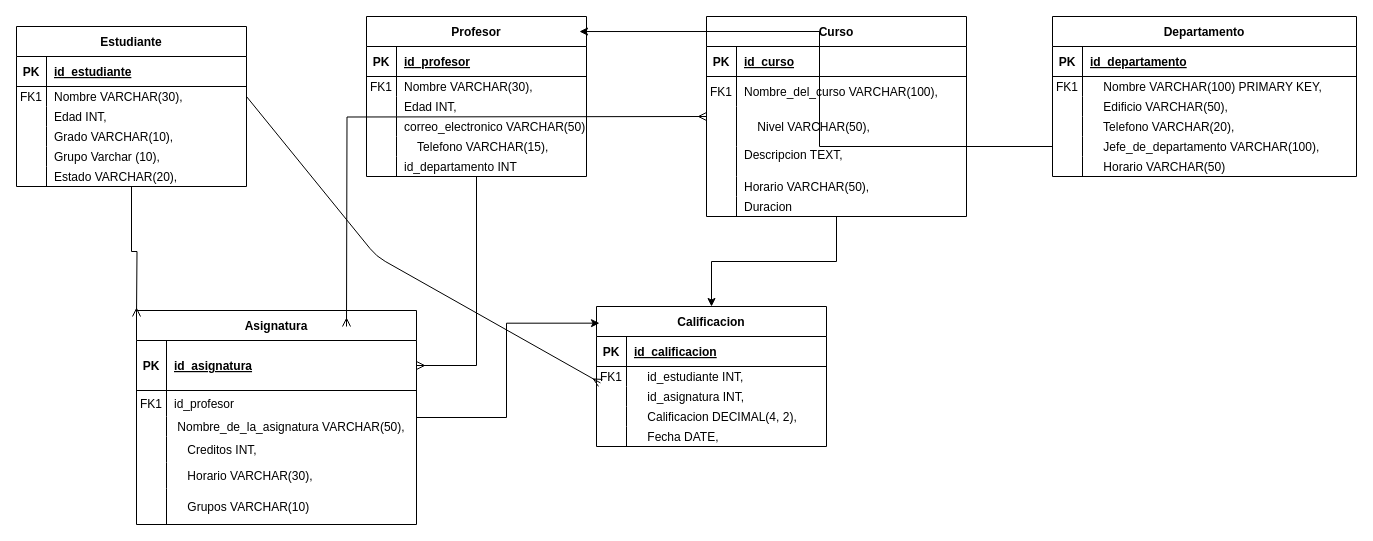
This is Diagrama/Examen3.drawio from JAntonioCoder/fbd-Juan-Antonio, a draw.io file, before an edit. Source tidied: cells renumbered, new cells numbered last; positions are measured from the earlier drawing's top-left corner, leaving out a move shared by most shapes. Both pictures are drawn from the tidied source at 100%, with x=0, y=0 at pixel (16, 16).
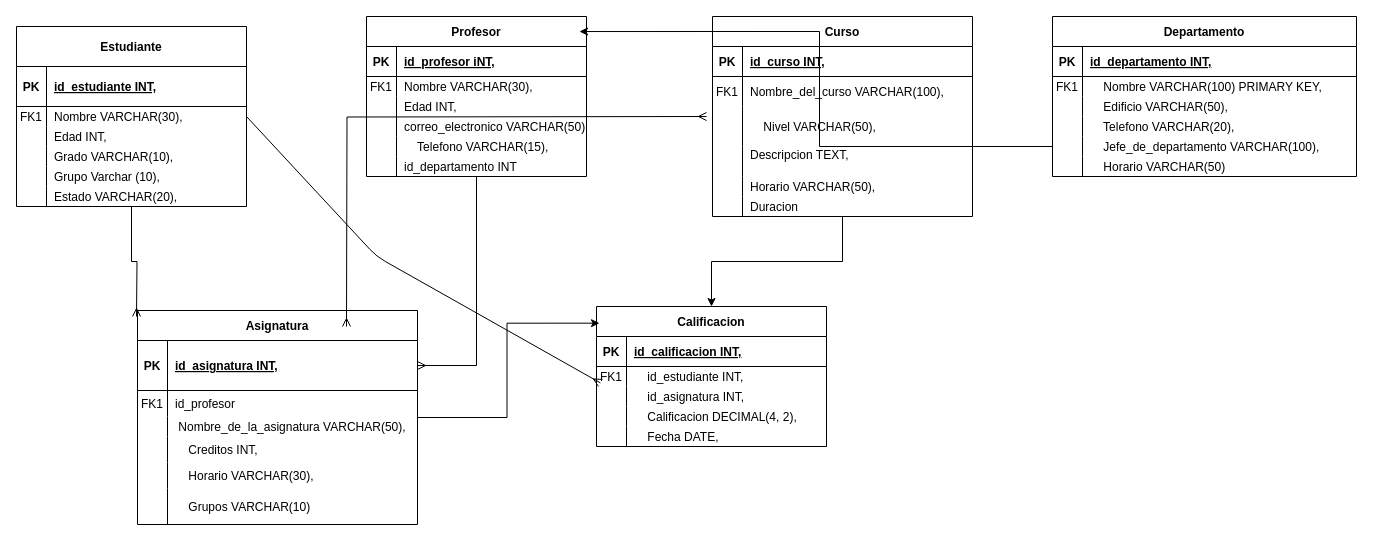
The same diagram, later.

Commit message:
Actualizacion Examen Unidad 3

Unchanged cells that the change refers to:
```xml
<mxCell id="23" style="shape=partialRectangle;fillColor=none;top=0;left=0;right=0;bottom=1;" parent="22" vertex="1">
  <mxGeometry y="30" width="220" height="30" as="geometry" />
</mxCell>
<mxCell id="43" style="shape=partialRectangle;fillColor=none;top=0;left=0;right=0;bottom=1;" parent="42" vertex="1">
  <mxGeometry y="30" width="260" height="30" as="geometry" />
</mxCell>
<mxCell id="62" style="shape=partialRectangle;fillColor=none;points=[[0,0.5],[1,0.5]];portConstraint=eastwest;top=0;left=0;right=0;bottom=1;" parent="61" vertex="1">
  <mxGeometry y="30" width="280" height="50" as="geometry" />
</mxCell>
<mxCell id="81" style="shape=partialRectangle;fillColor=none;top=0;left=0;right=0;bottom=1;" parent="80" vertex="1">
  <mxGeometry y="30" width="230" height="30" as="geometry" />
</mxCell>
<mxCell id="97" style="shape=partialRectangle;fillColor=none;top=0;left=0;right=0;bottom=1;" parent="96" vertex="1">
  <mxGeometry y="30" width="304" height="30" as="geometry" />
</mxCell>
```

The edit, as a diff of the source:
```diff
@@
-    <mxCell id="2" value="Estudiante" style="shape=table;startSize=30;childLayout=tableLayout;rowLines=0;fontStyle=1;align=center;" parent="1" vertex="1">
-      <mxGeometry y="10" width="230" height="160" as="geometry" />
+    <mxCell id="2" value="Estudiante" style="shape=table;startSize=40;childLayout=tableLayout;rowLines=0;fontStyle=1;align=center;" parent="1" vertex="1">
+      <mxGeometry y="10" width="230" height="180" as="geometry" />
     </mxCell>
     <mxCell id="3" style="shape=partialRectangle;fillColor=none;top=0;left=0;right=0;bottom=1;" parent="2" vertex="1">
-      <mxGeometry y="30" width="230" height="30" as="geometry" />
+      <mxGeometry y="40" width="230" height="40" as="geometry" />
     </mxCell>
     <mxCell id="4" value="PK" style="shape=partialRectangle;overflow=hidden;fillColor=none;top=0;left=0;bottom=0;right=0;fontStyle=1;" parent="3" vertex="1">
-      <mxGeometry width="30" height="30" as="geometry" />
+      <mxGeometry width="30" height="40" as="geometry" />
     </mxCell>
-    <mxCell id="5" value="id_estudiante" style="shape=partialRectangle;overflow=hidden;fillColor=none;top=0;left=0;bottom=0;right=0;align=left;spacingLeft=6;fontStyle=5;" parent="3" vertex="1">
-      <mxGeometry x="30" width="200" height="30" as="geometry" />
+    <mxCell id="5" value="id_estudiante INT," style="shape=partialRectangle;overflow=hidden;fillColor=none;top=0;left=0;bottom=0;right=0;align=left;spacingLeft=6;fontStyle=5;" parent="3" vertex="1">
+      <mxGeometry x="30" width="200" height="40" as="geometry" />
     </mxCell>
     <mxCell id="6" style="shape=partialRectangle;fillColor=none;points=[[0,0.5],[1,0.5]];portConstraint=eastwest;top=0;left=0;right=0;bottom=0;" parent="2" vertex="1">
-      <mxGeometry y="60" width="230" height="20" as="geometry" />
+      <mxGeometry y="80" width="230" height="20" as="geometry" />
     </mxCell>
@@
     <mxCell id="9" style="shape=partialRectangle;fillColor=none;top=0;left=0;right=0;bottom=0;" parent="2" vertex="1">
-      <mxGeometry y="80" width="230" height="20" as="geometry" />
+      <mxGeometry y="100" width="230" height="20" as="geometry" />
     </mxCell>
@@
     <mxCell id="12" style="shape=partialRectangle;fillColor=none;top=0;left=0;right=0;bottom=0;" parent="2" vertex="1">
-      <mxGeometry y="100" width="230" height="20" as="geometry" />
+      <mxGeometry y="120" width="230" height="20" as="geometry" />
     </mxCell>
@@
     <mxCell id="15" style="shape=partialRectangle;fillColor=none;top=0;left=0;right=0;bottom=0;" parent="2" vertex="1">
-      <mxGeometry y="120" width="230" height="20" as="geometry" />
+      <mxGeometry y="140" width="230" height="20" as="geometry" />
     </mxCell>
@@
     <mxCell id="18" style="shape=partialRectangle;fillColor=none;top=0;left=0;right=0;bottom=0;" parent="2" vertex="1">
-      <mxGeometry y="140" width="230" height="20" as="geometry" />
+      <mxGeometry y="160" width="230" height="20" as="geometry" />
     </mxCell>
@@
-    <mxCell id="25" value="id_profesor" style="shape=partialRectangle;overflow=hidden;fillColor=none;top=0;left=0;bottom=0;right=0;align=left;spacingLeft=6;fontStyle=5;" parent="23" vertex="1">
+    <mxCell id="25" value="id_profesor iNT," style="shape=partialRectangle;overflow=hidden;fillColor=none;top=0;left=0;bottom=0;right=0;align=left;spacingLeft=6;fontStyle=5;" parent="23" vertex="1">
       <mxGeometry x="30" width="190" height="30" as="geometry" />
     </mxCell>
@@
     <mxCell id="42" value="Curso" style="shape=table;startSize=30;childLayout=tableLayout;rowLines=0;fontStyle=1;align=center;" parent="1" vertex="1">
-      <mxGeometry x="690" width="260" height="200" as="geometry" />
+      <mxGeometry x="696" width="260" height="200" as="geometry" />
     </mxCell>
@@
-    <mxCell id="45" value="id_curso" style="shape=partialRectangle;overflow=hidden;fillColor=none;top=0;left=0;bottom=0;right=0;align=left;spacingLeft=6;fontStyle=5;" parent="43" vertex="1">
+    <mxCell id="45" value="id_curso INT," style="shape=partialRectangle;overflow=hidden;fillColor=none;top=0;left=0;bottom=0;right=0;align=left;spacingLeft=6;fontStyle=5;" parent="43" vertex="1">
       <mxGeometry x="30" width="230" height="30" as="geometry" />
     </mxCell>
@@
     <mxCell id="61" value="Asignatura" style="shape=table;startSize=30;childLayout=tableLayout;rowLines=0;fontStyle=1;align=center;" parent="1" vertex="1">
-      <mxGeometry x="120" y="294" width="280" height="214" as="geometry" />
+      <mxGeometry x="121" y="294" width="280" height="214" as="geometry" />
     </mxCell>
@@
-    <mxCell id="64" value="id_asignatura" style="shape=partialRectangle;overflow=hidden;fillColor=none;top=0;left=0;bottom=0;right=0;align=left;spacingLeft=6;fontStyle=5;" parent="62" vertex="1">
+    <mxCell id="64" value="id_asignatura INT," style="shape=partialRectangle;overflow=hidden;fillColor=none;top=0;left=0;bottom=0;right=0;align=left;spacingLeft=6;fontStyle=5;" parent="62" vertex="1">
       <mxGeometry x="30" width="250" height="50" as="geometry" />
     </mxCell>
@@
-    <mxCell id="83" value="id_calificacion" style="shape=partialRectangle;overflow=hidden;fillColor=none;top=0;left=0;bottom=0;right=0;align=left;spacingLeft=6;fontStyle=5;" parent="81" vertex="1">
+    <mxCell id="83" value="id_calificacion INT," style="shape=partialRectangle;overflow=hidden;fillColor=none;top=0;left=0;bottom=0;right=0;align=left;spacingLeft=6;fontStyle=5;" parent="81" vertex="1">
       <mxGeometry x="30" width="200" height="30" as="geometry" />
     </mxCell>
@@
-    <mxCell id="99" value="id_departamento" style="shape=partialRectangle;overflow=hidden;fillColor=none;top=0;left=0;bottom=0;right=0;align=left;spacingLeft=6;fontStyle=5;" parent="97" vertex="1">
+    <mxCell id="99" value="id_departamento INT," style="shape=partialRectangle;overflow=hidden;fillColor=none;top=0;left=0;bottom=0;right=0;align=left;spacingLeft=6;fontStyle=5;" parent="97" vertex="1">
       <mxGeometry x="30" width="274" height="30" as="geometry" />
     </mxCell>
```
